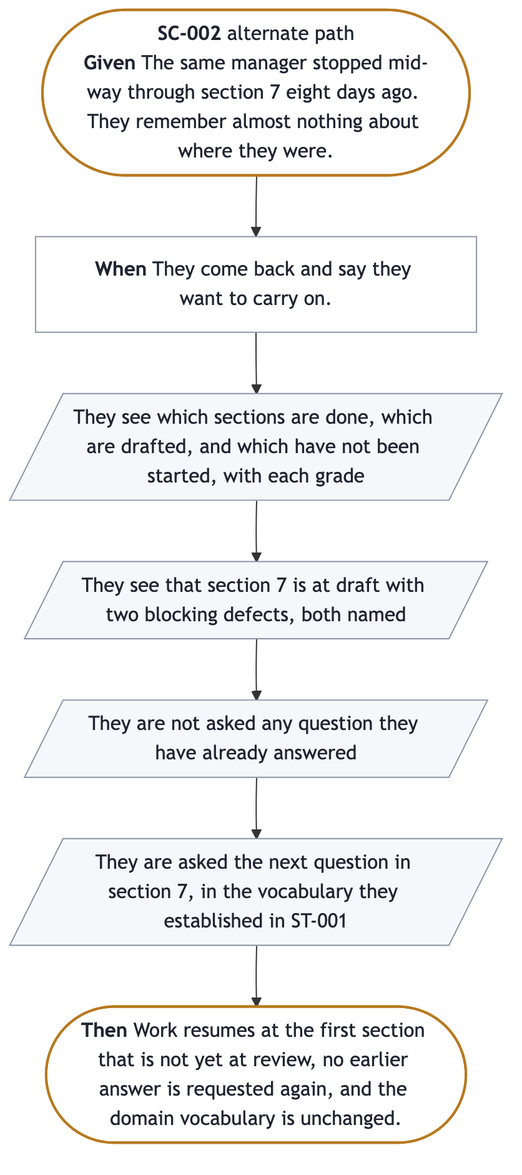
The Mermaid diagram docs/prd/prd-forge/diagrams/SC-002.png in SpillwaveSolutions/prd-forge, before a commit. Its source is kept beside it as docs/prd/prd-forge/diagrams/SC-002.mmd.
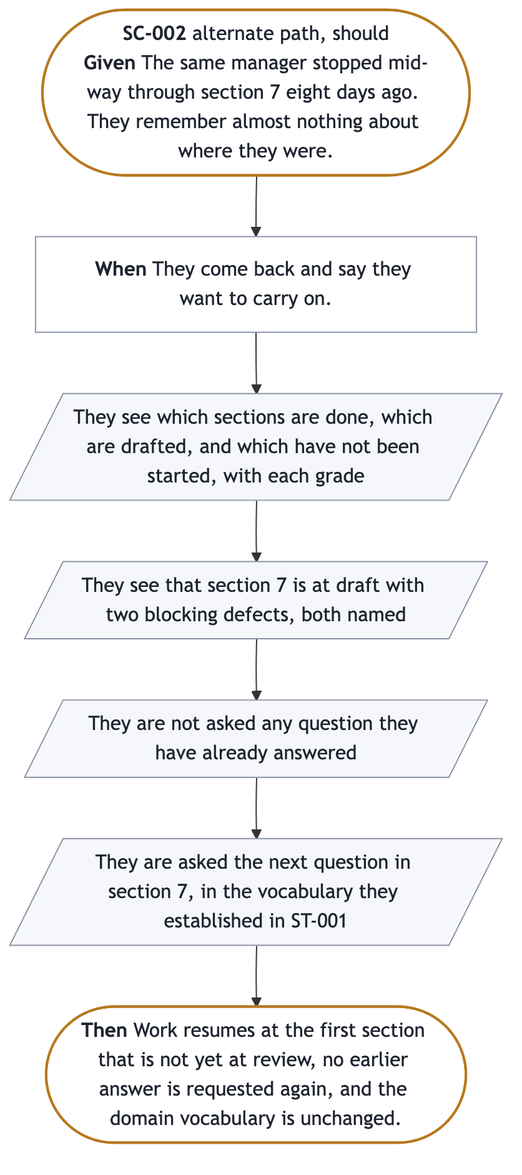
The same diagram one commit later.

The edit, as a diff of the source:
```diff
@@ -1,6 +1,6 @@
 %%{init: {"flowchart": {"wrappingWidth": 300}}}%%
 flowchart TB
-  start(["<b>SC-002</b> alternate path<br/><b>Given</b> The same manager stopped mid-way through section 7 eight days ago. They remember almost nothing about where they were."])
+  start(["<b>SC-002</b> alternate path, should<br/><b>Given</b> The same manager stopped mid-way through section 7 eight days ago. They remember almost nothing about where they were."])
   trigger["<b>When</b> They come back and say they want to carry on."]
   s0[/"They see which sections are done, which are drafted, and which have not been started, with each grade"/]
   s1[/"They see that section 7 is at draft with two blocking defects, both named"/]
```
